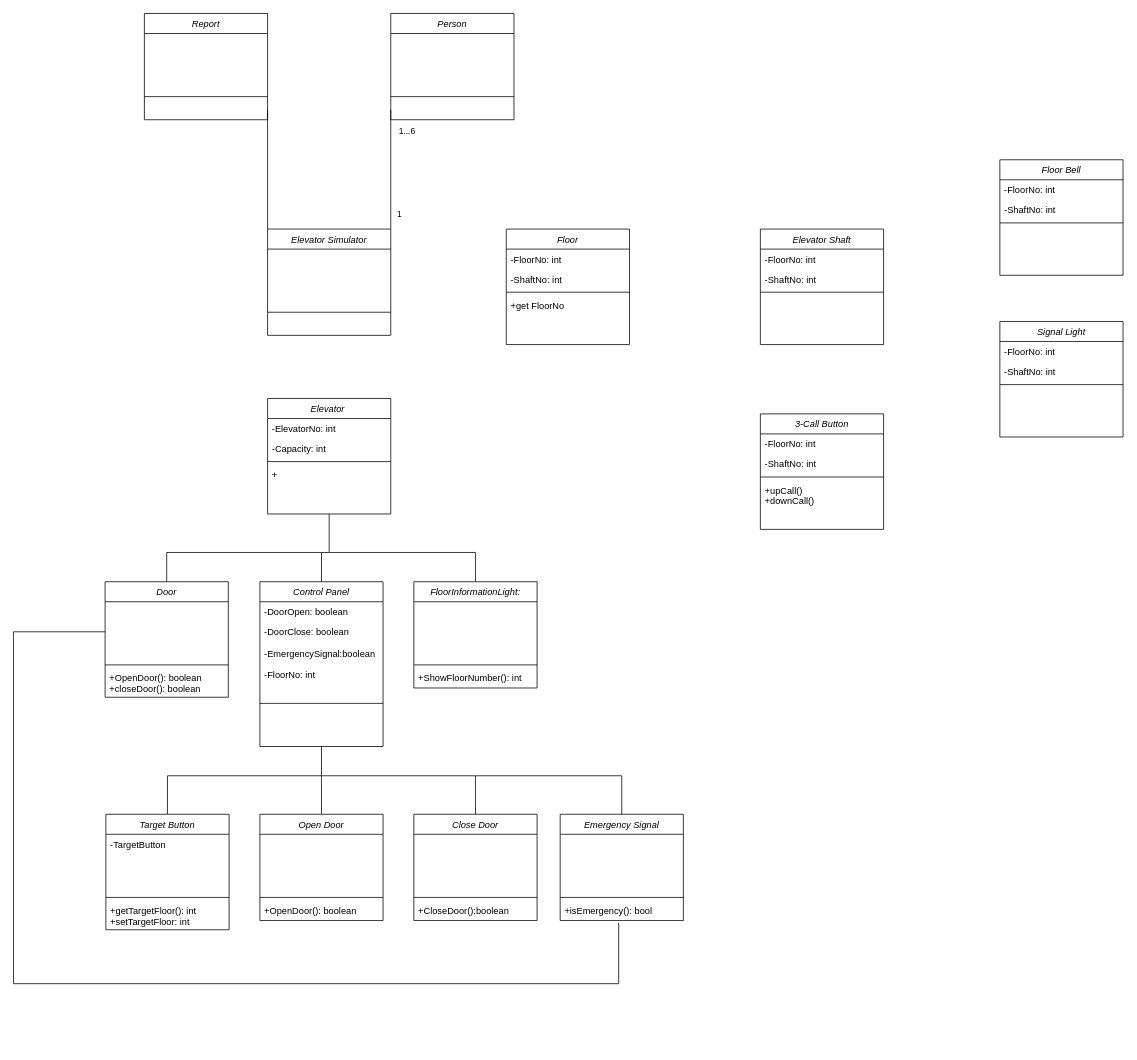
The draw.io diagram Başlıksız Diyagram.drawio in Fulliar/ObjectOriented-UML, before the edit. Source tidied: cells renumbered, new cells numbered last; positions are measured from the earlier drawing's top-left corner, leaving out a move shared by most shapes. Both pictures are drawn from the tidied source at 77%, with x=0, y=0 at pixel (13, 13).
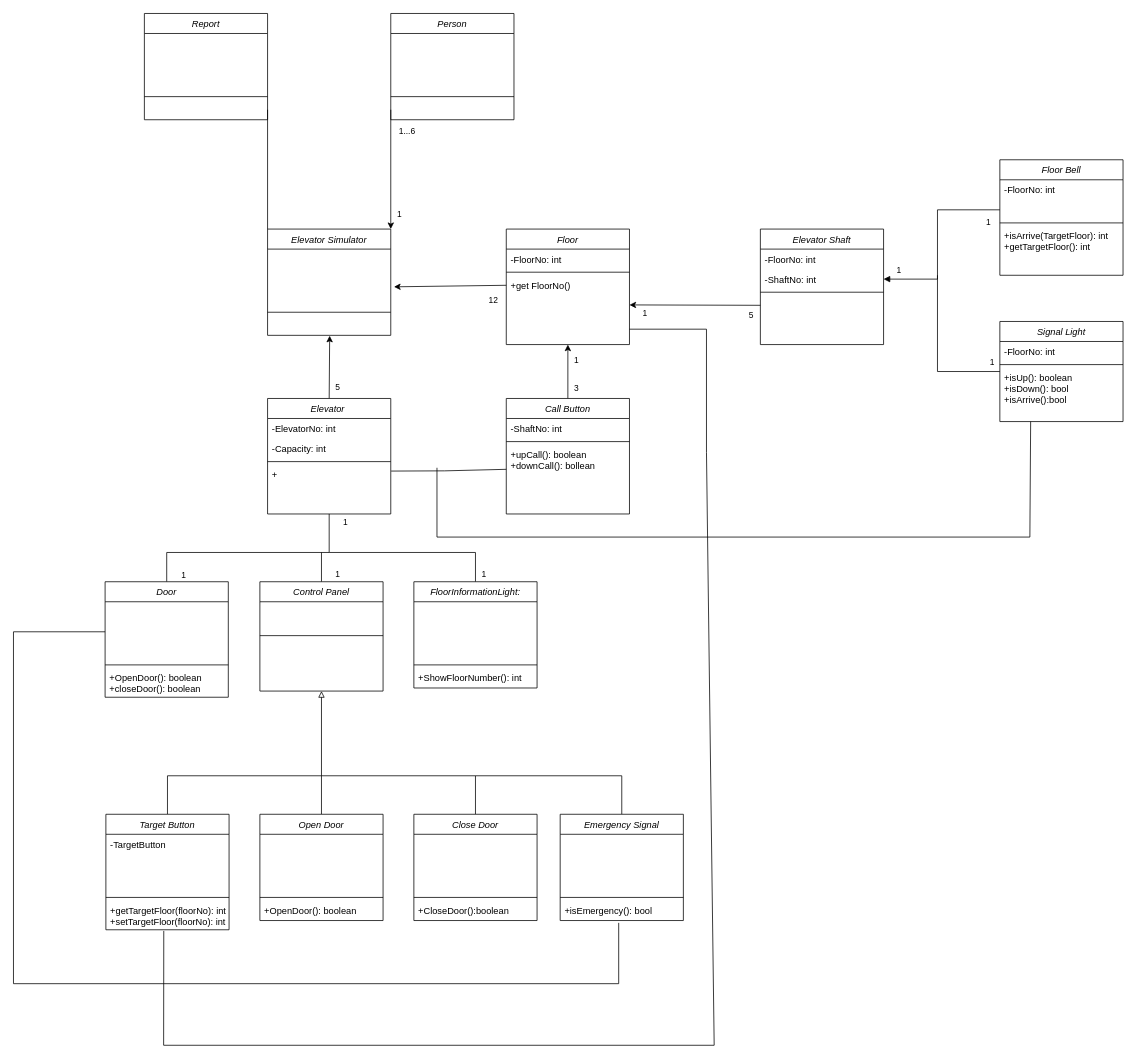
Above is the later version.

Unchanged cells that the change refers to:
```xml
<mxCell id="2" value="Elevator Simulator" style="swimlane;fontStyle=2;align=center;verticalAlign=top;horizontal=1;startSize=26;rounded=0;shadow=0;strokeWidth=1;" parent="1" vertex="1">
  <mxGeometry x="330" y="280" width="160" height="138" as="geometry" />
</mxCell>
<mxCell id="5" value=" " style="text;align=left;verticalAlign=top;spacingLeft=4;spacingRight=4;overflow=hidden;points=[[0,0.5],[1,0.5]];portConstraint=eastwest;rounded=0;shadow=0;html=0;" parent="2" vertex="1">
  <mxGeometry y="78" width="160" height="26" as="geometry" />
</mxCell>
<mxCell id="7" value=" " style="text;align=left;verticalAlign=top;spacingLeft=4;spacingRight=4;overflow=hidden;points=[[0,0.5],[1,0.5]];portConstraint=eastwest;" parent="2" vertex="1">
  <mxGeometry y="112" width="160" height="26" as="geometry" />
</mxCell>
<mxCell id="8" value="Elevator " style="swimlane;fontStyle=2;align=center;verticalAlign=top;horizontal=1;startSize=26;rounded=0;shadow=0;strokeWidth=1;" parent="1" vertex="1">
  <mxGeometry x="330" y="500" width="160" height="150" as="geometry" />
</mxCell>
<mxCell id="12" value="+" style="text;align=left;verticalAlign=top;spacingLeft=4;spacingRight=4;overflow=hidden;points=[[0,0.5],[1,0.5]];portConstraint=eastwest;" parent="8" vertex="1">
  <mxGeometry y="86" width="160" height="26" as="geometry" />
</mxCell>
<mxCell id="13" style="edgeStyle=none;rounded=0;jettySize=auto;html=1;exitX=0.5;exitY=0;exitDx=0;exitDy=0;endArrow=none;endFill=0;" parent="1" edge="1" source="14">
  <mxGeometry relative="1" as="geometry">
    <mxPoint x="400" y="700" as="targetPoint" />
  </mxGeometry>
</mxCell>
<mxCell id="19" style="edgeStyle=none;rounded=0;jettySize=auto;html=1;exitX=0.5;exitY=0;exitDx=0;exitDy=0;endArrow=none;endFill=0;" parent="1" edge="1" source="20">
  <mxGeometry relative="1" as="geometry">
    <mxPoint x="410" y="700" as="targetPoint" />
    <Array as="points">
      <mxPoint x="600" y="700" />
    </Array>
  </mxGeometry>
</mxCell>
<mxCell id="26" style="edgeStyle=none;rounded=0;jettySize=auto;html=1;exitX=0.5;exitY=0;exitDx=0;exitDy=0;entryX=0.5;entryY=1;entryDx=0;entryDy=0;endArrow=none;endFill=0;" parent="1" edge="1" source="27" target="8">
  <mxGeometry relative="1" as="geometry">
    <Array as="points">
      <mxPoint x="199" y="700" />
      <mxPoint x="410" y="700" />
    </Array>
  </mxGeometry>
</mxCell>
<mxCell id="33" value="Floor" style="swimlane;fontStyle=2;align=center;verticalAlign=top;horizontal=1;startSize=26;rounded=0;shadow=0;strokeWidth=1;" parent="1" vertex="1">
  <mxGeometry x="640" y="280" width="160" height="150" as="geometry" />
</mxCell>
<mxCell id="39" value="Open Door" style="swimlane;fontStyle=2;align=center;verticalAlign=top;horizontal=1;startSize=26;rounded=0;shadow=0;strokeWidth=1;" parent="1" vertex="1">
  <mxGeometry x="320" y="1040" width="160" height="138" as="geometry" />
</mxCell>
<mxCell id="47" value="-ShaftNo: int" style="text;align=left;verticalAlign=top;spacingLeft=4;spacingRight=4;overflow=hidden;points=[[0,0.5],[1,0.5]];portConstraint=eastwest;rounded=0;shadow=0;html=0;" parent="45" vertex="1">
  <mxGeometry y="52" width="160" height="26" as="geometry" />
</mxCell>
<mxCell id="49" value=" " style="text;align=left;verticalAlign=top;spacingLeft=4;spacingRight=4;overflow=hidden;points=[[0,0.5],[1,0.5]];portConstraint=eastwest;" parent="45" vertex="1">
  <mxGeometry y="86" width="160" height="26" as="geometry" />
</mxCell>
<mxCell id="50" value="Floor Bell" style="swimlane;fontStyle=2;align=center;verticalAlign=top;horizontal=1;startSize=26;rounded=0;shadow=0;strokeWidth=1;" parent="1" vertex="1">
  <mxGeometry x="1281" y="190" width="160" height="150" as="geometry" />
</mxCell>
<mxCell id="65" value=" " style="text;align=left;verticalAlign=top;spacingLeft=4;spacingRight=4;overflow=hidden;points=[[0,0.5],[1,0.5]];portConstraint=eastwest;" parent="60" vertex="1">
  <mxGeometry y="112" width="160" height="26" as="geometry" />
</mxCell>
<mxCell id="91" value="Target Button" style="swimlane;fontStyle=2;align=center;verticalAlign=top;horizontal=1;startSize=26;rounded=0;shadow=0;strokeWidth=1;" parent="1" vertex="1">
  <mxGeometry x="120" y="1040" width="160" height="150" as="geometry" />
</mxCell>
```

What changed in the source:
```diff
@@
+    <mxCell id="103" style="edgeStyle=none;rounded=0;jettySize=auto;html=1;exitX=0.5;exitY=0;exitDx=0;exitDy=0;entryX=0.504;entryY=1.02;entryDx=0;entryDy=0;entryPerimeter=0;endArrow=classic;endFill=1;" parent="1" edge="1" source="8" target="7">
+      <mxGeometry relative="1" as="geometry" />
+    </mxCell>
+    <mxCell id="104" value="5" style="edgeLabel;html=1;align=center;verticalAlign=middle;" parent="103" vertex="1">
+      <mxGeometry x="-0.39" y="1" relative="1" as="geometry">
+        <mxPoint x="11" y="11" as="offset" />
+      </mxGeometry>
+    </mxCell>
@@
+    <mxCell id="105" value="1" style="edgeLabel;html=1;align=center;verticalAlign=middle;" parent="13" vertex="1">
+      <mxGeometry x="-0.41" relative="1" as="geometry">
+        <mxPoint x="20" as="offset" />
+      </mxGeometry>
+    </mxCell>
     <mxCell id="14" value="Control Panel" style="swimlane;fontStyle=2;align=center;verticalAlign=top;horizontal=1;startSize=26;rounded=0;shadow=0;strokeWidth=1;" parent="1" vertex="1">
-      <mxGeometry x="320" y="738" width="160" height="214" as="geometry" />
+      <mxGeometry x="320" y="738" width="160" height="142" as="geometry" />
     </mxCell>
-    <mxCell id="15" value="-DoorOpen: boolean" style="text;align=left;verticalAlign=top;spacingLeft=4;spacingRight=4;overflow=hidden;rounded=0;shadow=0;html=0;" parent="14" vertex="1">
-      <mxGeometry y="26" width="160" height="26" as="geometry" />
-    </mxCell>
-    <mxCell id="16" value="-DoorClose: boolean&#10;&#10;-EmergencySignal:boolean&#10;&#10;-FloorNo: int" style="text;align=left;verticalAlign=top;spacingLeft=4;spacingRight=4;overflow=hidden;rounded=0;shadow=0;html=0;" parent="14" vertex="1">
-      <mxGeometry y="52" width="160" height="102" as="geometry" />
+    <mxCell id="16" value="&#10;&#10;" style="text;align=left;verticalAlign=top;spacingLeft=4;spacingRight=4;overflow=hidden;rounded=0;shadow=0;html=0;" parent="14" vertex="1">
+      <mxGeometry y="26" width="160" height="24" as="geometry" />
     </mxCell>
     <mxCell id="17" style="line;html=1;strokeWidth=1;align=left;verticalAlign=middle;spacingTop=-1;spacingLeft=3;spacingRight=3;labelPosition=right;" parent="14" vertex="1">
-      <mxGeometry y="154" width="160" height="8" as="geometry" />
+      <mxGeometry y="50" width="160" height="40" as="geometry" />
     </mxCell>
-    <mxCell id="18" value=" " style="text;align=left;verticalAlign=top;spacingLeft=4;spacingRight=4;overflow=hidden;" parent="14" vertex="1">
-      <mxGeometry y="162" width="160" height="26" as="geometry" />
-    </mxCell>
@@
+    <mxCell id="106" value="1" style="edgeLabel;html=1;align=center;verticalAlign=middle;" parent="19" vertex="1">
+      <mxGeometry x="-0.9" y="-4" relative="1" as="geometry">
+        <mxPoint x="6" as="offset" />
+      </mxGeometry>
+    </mxCell>
@@
+    <mxCell id="107" value="1" style="edgeLabel;html=1;align=center;verticalAlign=middle;" parent="26" vertex="1">
+      <mxGeometry x="0.93" y="-4" relative="1" as="geometry">
+        <mxPoint x="16" as="offset" />
+      </mxGeometry>
+    </mxCell>
+    <mxCell id="108" value="1" style="edgeLabel;html=1;align=center;verticalAlign=middle;" parent="26" vertex="1">
+      <mxGeometry x="-0.93" y="-3" relative="1" as="geometry">
+        <mxPoint x="18" as="offset" />
+      </mxGeometry>
+    </mxCell>
@@
+    <mxCell id="109" style="edgeStyle=none;rounded=0;jettySize=auto;html=1;entryX=0.47;entryY=1.039;entryDx=0;entryDy=0;entryPerimeter=0;endArrow=none;endFill=0;" parent="1" edge="1" target="96">
+      <mxGeometry relative="1" as="geometry">
+        <mxPoint x="800" y="410" as="sourcePoint" />
+        <Array as="points">
+          <mxPoint x="900" y="410" />
+          <mxPoint x="900" y="570" />
+          <mxPoint x="910" y="1340" />
+          <mxPoint x="195" y="1340" />
+        </Array>
+      </mxGeometry>
+    </mxCell>
@@
-    <mxCell id="35" value="-ShaftNo: int" style="text;align=left;verticalAlign=top;spacingLeft=4;spacingRight=4;overflow=hidden;rounded=0;shadow=0;html=0;" parent="33" vertex="1">
-      <mxGeometry y="52" width="160" height="26" as="geometry" />
-    </mxCell>
     <mxCell id="36" style="line;html=1;strokeWidth=1;align=left;verticalAlign=middle;spacingTop=-1;spacingLeft=3;spacingRight=3;labelPosition=right;" parent="33" vertex="1">
-      <mxGeometry y="78" width="160" height="8" as="geometry" />
+      <mxGeometry y="52" width="160" height="8" as="geometry" />
     </mxCell>
-    <mxCell id="37" value="+get FloorNo" style="text;align=left;verticalAlign=top;spacingLeft=4;spacingRight=4;overflow=hidden;points=[[0,0.5],[1,0.5]];portConstraint=eastwest;" parent="33" vertex="1">
-      <mxGeometry y="86" width="160" height="26" as="geometry" />
+    <mxCell id="37" value="+get FloorNo()" style="text;align=left;verticalAlign=top;spacingLeft=4;spacingRight=4;overflow=hidden;points=[[0,0.5],[1,0.5]];portConstraint=eastwest;" parent="33" vertex="1">
+      <mxGeometry y="60" width="160" height="26" as="geometry" />
     </mxCell>
-    <mxCell id="38" style="edgeStyle=none;rounded=0;jettySize=auto;html=1;exitX=0.5;exitY=0;exitDx=0;exitDy=0;entryX=0.5;entryY=1;entryDx=0;entryDy=0;endArrow=none;endFill=0;" parent="1" edge="1" source="39" target="14">
+    <mxCell id="38" style="edgeStyle=none;rounded=0;jettySize=auto;html=1;exitX=0.5;exitY=0;exitDx=0;exitDy=0;entryX=0.5;entryY=1;entryDx=0;entryDy=0;endArrow=block;endFill=0;" parent="1" edge="1" source="39" target="14">
       <mxGeometry relative="1" as="geometry" />
     </mxCell>
@@
-    <mxCell id="52" value="-ShaftNo: int" style="text;align=left;verticalAlign=top;spacingLeft=4;spacingRight=4;overflow=hidden;points=[[0,0.5],[1,0.5]];portConstraint=eastwest;rounded=0;shadow=0;html=0;" parent="50" vertex="1">
+    <mxCell id="52" value=" " style="text;align=left;verticalAlign=top;spacingLeft=4;spacingRight=4;overflow=hidden;points=[[0,0.5],[1,0.5]];portConstraint=eastwest;rounded=0;shadow=0;html=0;" parent="50" vertex="1">
       <mxGeometry y="52" width="160" height="26" as="geometry" />
     </mxCell>
@@
-    <mxCell id="54" value=" " style="text;align=left;verticalAlign=top;spacingLeft=4;spacingRight=4;overflow=hidden;" parent="50" vertex="1">
-      <mxGeometry y="86" width="160" height="26" as="geometry" />
+    <mxCell id="54" value="+isArrive(TargetFloor): int&#10;+getTargetFloor(): int" style="text;align=left;verticalAlign=top;spacingLeft=4;spacingRight=4;overflow=hidden;" parent="50" vertex="1">
+      <mxGeometry y="86" width="160" height="34" as="geometry" />
     </mxCell>
+    <mxCell id="110" style="edgeStyle=none;rounded=0;jettySize=auto;html=1;exitX=0.5;exitY=0;exitDx=0;exitDy=0;entryX=0.5;entryY=1;entryDx=0;entryDy=0;endArrow=classic;endFill=1;" parent="1" edge="1" source="55" target="33">
+      <mxGeometry relative="1" as="geometry" />
+    </mxCell>
+    <mxCell id="111" value="3" style="edgeLabel;html=1;align=center;verticalAlign=middle;" parent="110" vertex="1">
+      <mxGeometry x="-0.6" y="-1" relative="1" as="geometry">
+        <mxPoint x="9" as="offset" />
+      </mxGeometry>
+    </mxCell>
+    <mxCell id="112" value="1" style="edgeLabel;html=1;align=center;verticalAlign=middle;" parent="110" vertex="1">
+      <mxGeometry x="0.42" y="-1" relative="1" as="geometry">
+        <mxPoint x="9" as="offset" />
+      </mxGeometry>
+    </mxCell>
-    <mxCell id="55" value="3-Call Button" style="swimlane;fontStyle=2;align=center;verticalAlign=top;horizontal=1;startSize=26;rounded=0;shadow=0;strokeWidth=1;" parent="1" vertex="1">
-      <mxGeometry x="970" y="520" width="160" height="150" as="geometry" />
+    <mxCell id="55" value="Call Button" style="swimlane;fontStyle=2;align=center;verticalAlign=top;horizontal=1;startSize=26;rounded=0;shadow=0;strokeWidth=1;" parent="1" vertex="1">
+      <mxGeometry x="640" y="500" width="160" height="150" as="geometry" />
     </mxCell>
-    <mxCell id="56" value="-FloorNo: int" style="text;align=left;verticalAlign=top;spacingLeft=4;spacingRight=4;overflow=hidden;" parent="55" vertex="1">
-      <mxGeometry y="26" width="160" height="26" as="geometry" />
-    </mxCell>
     <mxCell id="57" value="-ShaftNo: int" style="text;align=left;verticalAlign=top;spacingLeft=4;spacingRight=4;overflow=hidden;rounded=0;shadow=0;html=0;" parent="55" vertex="1">
-      <mxGeometry y="52" width="160" height="26" as="geometry" />
+      <mxGeometry y="26" width="160" height="26" as="geometry" />
     </mxCell>
     <mxCell id="58" style="line;html=1;strokeWidth=1;align=left;verticalAlign=middle;spacingTop=-1;spacingLeft=3;spacingRight=3;labelPosition=right;" parent="55" vertex="1">
-      <mxGeometry y="78" width="160" height="8" as="geometry" />
+      <mxGeometry y="52" width="160" height="8" as="geometry" />
     </mxCell>
-    <mxCell id="59" value="+upCall()&#10;+downCall()" style="text;align=left;verticalAlign=top;spacingLeft=4;spacingRight=4;overflow=hidden;points=[[0,0.5],[1,0.5]];portConstraint=eastwest;" parent="55" vertex="1">
-      <mxGeometry y="86" width="160" height="64" as="geometry" />
+    <mxCell id="59" value="+upCall(): boolean&#10;+downCall(): bollean" style="text;align=left;verticalAlign=top;spacingLeft=4;spacingRight=4;overflow=hidden;points=[[0,0.5],[1,0.5]];portConstraint=eastwest;" parent="55" vertex="1">
+      <mxGeometry y="60" width="160" height="64" as="geometry" />
     </mxCell>
@@
-    <mxCell id="73" style="edgeStyle=none;rounded=0;jettySize=auto;html=1;exitX=0;exitY=0.5;exitDx=0;exitDy=0;endArrow=none;endFill=0;entryX=1;entryY=0;entryDx=0;entryDy=0;" parent="1" edge="1" source="65" target="2">
+    <mxCell id="73" style="edgeStyle=none;rounded=0;jettySize=auto;html=1;exitX=0;exitY=0.5;exitDx=0;exitDy=0;endArrow=classic;endFill=1;entryX=1;entryY=0;entryDx=0;entryDy=0;" parent="1" edge="1" source="65" target="2">
       <mxGeometry relative="1" as="geometry" />
     </mxCell>
@@
-    <mxCell id="96" value="+getTargetFloor(): int&#10;+setTargetFloor: int" style="text;align=left;verticalAlign=top;spacingLeft=4;spacingRight=4;overflow=hidden;points=[[0,0.5],[1,0.5]];portConstraint=eastwest;" parent="91" vertex="1">
+    <mxCell id="96" value="+getTargetFloor(floorNo): int&#10;+setTargetFloor(floorNo): int" style="text;align=left;verticalAlign=top;spacingLeft=4;spacingRight=4;overflow=hidden;points=[[0,0.5],[1,0.5]];portConstraint=eastwest;" parent="91" vertex="1">
       <mxGeometry y="112" width="160" height="38" as="geometry" />
     </mxCell>
+    <mxCell id="113" style="edgeStyle=none;rounded=0;jettySize=auto;html=1;exitX=0.25;exitY=1;exitDx=0;exitDy=0;endArrow=none;endFill=0;" parent="1" edge="1" source="97">
+      <mxGeometry relative="1" as="geometry">
+        <mxPoint x="550" y="590" as="targetPoint" />
+        <Array as="points">
+          <mxPoint x="1320" y="680" />
+          <mxPoint x="550" y="680" />
+        </Array>
+      </mxGeometry>
+    </mxCell>
     <mxCell id="97" value="Signal Light" style="swimlane;fontStyle=2;align=center;verticalAlign=top;horizontal=1;startSize=26;rounded=0;shadow=0;strokeWidth=1;" parent="1" vertex="1">
-      <mxGeometry x="1281" y="400" width="160" height="150" as="geometry" />
+      <mxGeometry x="1281" y="400" width="160" height="130" as="geometry" />
     </mxCell>
@@
-    <mxCell id="99" value="-ShaftNo: int" style="text;align=left;verticalAlign=top;spacingLeft=4;spacingRight=4;overflow=hidden;rounded=0;shadow=0;html=0;" parent="97" vertex="1">
-      <mxGeometry y="52" width="160" height="26" as="geometry" />
-    </mxCell>
     <mxCell id="100" style="line;html=1;strokeWidth=1;align=left;verticalAlign=middle;spacingTop=-1;spacingLeft=3;spacingRight=3;labelPosition=right;" parent="97" vertex="1">
-      <mxGeometry y="78" width="160" height="8" as="geometry" />
+      <mxGeometry y="52" width="160" height="8" as="geometry" />
     </mxCell>
-    <mxCell id="101" value=" " style="text;align=left;verticalAlign=top;spacingLeft=4;spacingRight=4;overflow=hidden;" parent="97" vertex="1">
-      <mxGeometry y="86" width="160" height="26" as="geometry" />
+    <mxCell id="101" value="+isUp(): boolean&#10;+isDown(): bool&#10;+isArrive():bool" style="text;align=left;verticalAlign=top;spacingLeft=4;spacingRight=4;overflow=hidden;" parent="97" vertex="1">
+      <mxGeometry y="60" width="160" height="60" as="geometry" />
     </mxCell>
@@
+    <mxCell id="114" style="edgeStyle=none;rounded=0;jettySize=auto;html=1;exitX=0;exitY=0.5;exitDx=0;exitDy=0;entryX=1.026;entryY=-0.115;entryDx=0;entryDy=0;entryPerimeter=0;endArrow=classic;endFill=1;" parent="1" edge="1" source="37" target="5">
+      <mxGeometry relative="1" as="geometry" />
+    </mxCell>
+    <mxCell id="115" value="12" style="edgeLabel;html=1;align=center;verticalAlign=middle;" parent="114" vertex="1">
+      <mxGeometry x="-0.76" y="4" relative="1" as="geometry">
+        <mxPoint y="14" as="offset" />
+      </mxGeometry>
+    </mxCell>
+    <mxCell id="116" style="edgeStyle=none;rounded=0;jettySize=auto;html=1;exitX=0;exitY=0.5;exitDx=0;exitDy=0;endArrow=classic;endFill=1;" parent="1" edge="1" source="49">
+      <mxGeometry relative="1" as="geometry">
+        <mxPoint x="800" y="378.5" as="targetPoint" />
+      </mxGeometry>
+    </mxCell>
+    <mxCell id="117" value="5" style="edgeLabel;html=1;align=center;verticalAlign=middle;" parent="116" vertex="1">
+      <mxGeometry x="-0.83" y="-2" relative="1" as="geometry">
+        <mxPoint x="1" y="15" as="offset" />
+      </mxGeometry>
+    </mxCell>
+    <mxCell id="118" value="1" style="edgeLabel;html=1;align=center;verticalAlign=middle;" parent="116" vertex="1">
+      <mxGeometry x="0.67" y="3" relative="1" as="geometry">
+        <mxPoint x="-8" y="8" as="offset" />
+      </mxGeometry>
+    </mxCell>
+    <mxCell id="119" style="edgeStyle=none;rounded=0;jettySize=auto;html=1;exitX=0;exitY=0.5;exitDx=0;exitDy=0;entryX=1.003;entryY=0.318;entryDx=0;entryDy=0;entryPerimeter=0;endArrow=none;endFill=0;" parent="1" edge="1" source="59" target="12">
+      <mxGeometry relative="1" as="geometry">
+        <Array as="points">
+          <mxPoint x="560" y="594" />
+        </Array>
+      </mxGeometry>
+    </mxCell>
+    <mxCell id="120" style="edgeStyle=none;rounded=0;jettySize=auto;html=1;exitX=0;exitY=0.5;exitDx=0;exitDy=0;entryX=1;entryY=0.5;entryDx=0;entryDy=0;endArrow=block;endFill=1;" parent="1" edge="1" source="52" target="47">
+      <mxGeometry relative="1" as="geometry">
+        <Array as="points">
+          <mxPoint x="1200" y="255" />
+          <mxPoint x="1200" y="345" />
+        </Array>
+      </mxGeometry>
+    </mxCell>
+    <mxCell id="121" value="1" style="edgeLabel;html=1;align=center;verticalAlign=middle;" parent="120" vertex="1">
+      <mxGeometry x="0.84" y="-1" relative="1" as="geometry">
+        <mxPoint y="-12" as="offset" />
+      </mxGeometry>
+    </mxCell>
+    <mxCell id="122" value="1" style="edgeLabel;html=1;align=center;verticalAlign=middle;" parent="120" vertex="1">
+      <mxGeometry x="-0.87" y="2" relative="1" as="geometry">
+        <mxPoint y="13" as="offset" />
+      </mxGeometry>
+    </mxCell>
+    <mxCell id="123" style="edgeStyle=none;rounded=0;orthogonalLoop=1;jettySize=auto;html=1;exitX=0;exitY=0.5;exitDx=0;exitDy=0;endArrow=none;endFill=0;" parent="1" edge="1">
+      <mxGeometry relative="1" as="geometry">
+        <mxPoint x="1281" y="465" as="sourcePoint" />
+        <mxPoint x="1200" y="340" as="targetPoint" />
+        <Array as="points">
+          <mxPoint x="1200" y="465" />
+        </Array>
+      </mxGeometry>
+    </mxCell>
+    <mxCell id="124" value="1" style="edgeLabel;html=1;align=center;verticalAlign=middle;" parent="123" vertex="1">
+      <mxGeometry x="-0.8" y="-1" relative="1" as="geometry">
+        <mxPoint x="10" y="-12" as="offset" />
+      </mxGeometry>
+    </mxCell>
```
